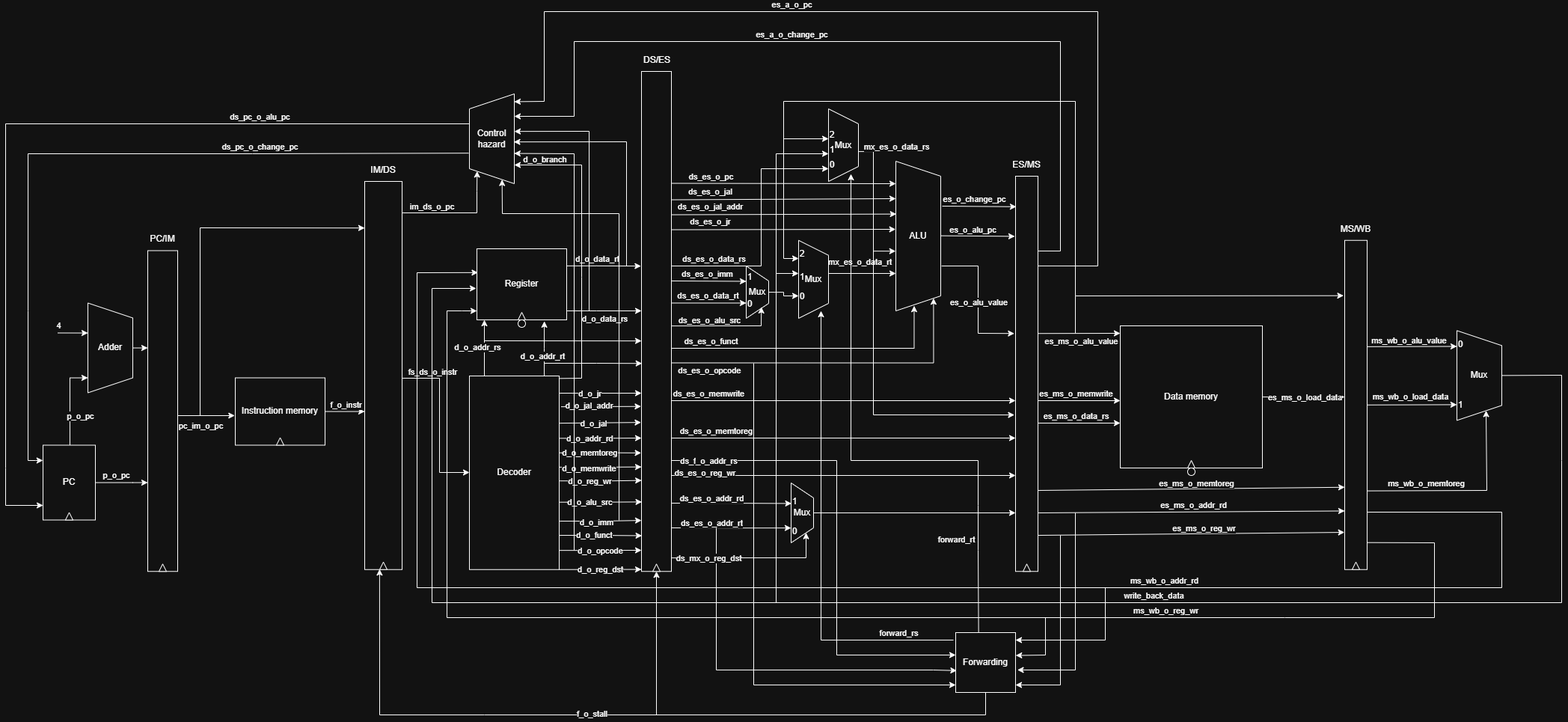
Earlier version of the draw.io export Picture/overall_architecture.png (NguyenHoanKhanh/MIPS_PIPELINE). Source tidied: cells renumbered, new cells last; positions are measured from the earlier drawing's top-left corner, leaving out a move shared by most shapes.
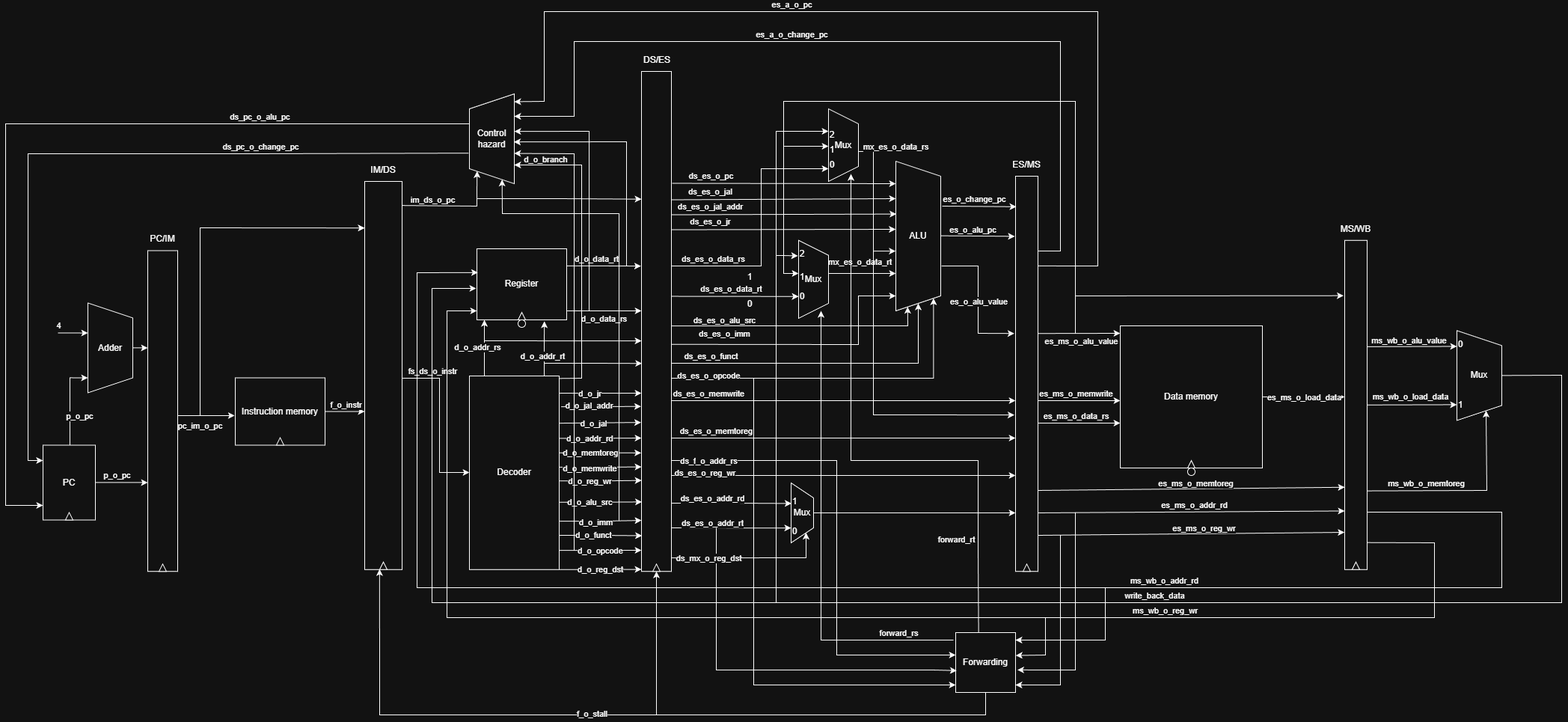
The same diagram one commit later.

Diff of the diagram source:
```diff
@@ -206,22 +206,24 @@
     </mxCell>
     <mxCell id="39" style="edgeStyle=orthogonalEdgeStyle;rounded=0;jettySize=auto;html=1;entryX=0.916;entryY=0.16;entryDx=0;entryDy=0;entryPerimeter=0;" parent="1" edge="1" target="57">
       <mxGeometry relative="1" as="geometry">
-        <mxPoint x="890" y="469.5" as="sourcePoint" />
+        <mxPoint x="890" y="490" as="sourcePoint" />
         <Array as="points">
-          <mxPoint x="1240" y="470" />
+          <mxPoint x="890" y="490" />
+          <mxPoint x="1240" y="490" />
         </Array>
       </mxGeometry>
     </mxCell>
     <mxCell id="40" value="ds_es_o_opcode" style="edgeLabel;html=1;align=center;verticalAlign=middle;" parent="39" vertex="1">
       <mxGeometry x="0.08" relative="1" as="geometry">
-        <mxPoint x="-187" y="10" as="offset" />
+        <mxPoint x="-198" y="-4" as="offset" />
       </mxGeometry>
     </mxCell>
-    <mxCell id="41" style="edgeStyle=orthogonalEdgeStyle;rounded=0;jettySize=auto;html=1;entryX=0.966;entryY=0.592;entryDx=0;entryDy=0;entryPerimeter=0;" parent="1" edge="1" target="57">
+    <mxCell id="41" style="edgeStyle=orthogonalEdgeStyle;rounded=0;jettySize=auto;html=1;entryX=1;entryY=0.5;entryDx=0;entryDy=0;" parent="1" edge="1" target="57">
       <mxGeometry relative="1" as="geometry">
         <mxPoint x="890" y="450" as="sourcePoint" />
         <Array as="points">
-          <mxPoint x="1215" y="450" />
+          <mxPoint x="890" y="470" />
+          <mxPoint x="1220" y="470" />
         </Array>
       </mxGeometry>
     </mxCell>
@@ -289,17 +291,17 @@
     <mxCell id="52" style="edgeStyle=orthogonalEdgeStyle;rounded=0;jettySize=auto;html=1;entryX=0;entryY=0.303;entryDx=0;entryDy=0;entryPerimeter=0;" parent="1" edge="1" source="47" target="5">
       <mxGeometry relative="1" as="geometry" />
     </mxCell>
-    <mxCell id="53" style="endArrow=classic;html=1;rounded=0;exitX=1.003;exitY=0.081;exitDx=0;exitDy=0;exitPerimeter=0;entryX=0.139;entryY=0.171;entryDx=0;entryDy=0;entryPerimeter=0;" parent="1" edge="1" source="11" target="129">
+    <mxCell id="53" style="endArrow=classic;html=1;rounded=0;exitX=0.999;exitY=0.062;exitDx=0;exitDy=0;exitPerimeter=0;entryX=0.139;entryY=0.171;entryDx=0;entryDy=0;entryPerimeter=0;" parent="1" edge="1" source="11" target="129">
       <mxGeometry relative="1" as="geometry">
         <Array as="points">
-          <mxPoint x="630" y="269" />
+          <mxPoint x="630" y="260" />
           <mxPoint x="630" y="240" />
         </Array>
       </mxGeometry>
     </mxCell>
     <mxCell id="54" value="im_ds_o_pc" style="edgeLabel;html=1;align=center;verticalAlign=middle;" parent="53" vertex="1">
       <mxGeometry x="0.07" y="3" relative="1" as="geometry">
-        <mxPoint x="-44" y="-6" as="offset" />
+        <mxPoint x="-38" y="-6" as="offset" />
       </mxGeometry>
     </mxCell>
     <mxCell id="55" style="edgeStyle=orthogonalEdgeStyle;rounded=0;jettySize=auto;html=1;entryX=0.601;entryY=1.004;entryDx=0;entryDy=0;entryPerimeter=0;" parent="1" edge="1" source="56" target="57">
@@ -380,28 +382,24 @@
         </Array>
       </mxGeometry>
     </mxCell>
-    <mxCell id="69" style="edgeStyle=orthogonalEdgeStyle;rounded=0;jettySize=auto;html=1;" parent="1" edge="1" source="70">
-      <mxGeometry relative="1" as="geometry">
-        <mxPoint x="1060" y="380" as="targetPoint" />
-      </mxGeometry>
-    </mxCell>
-    <mxCell id="70" value="Mux" style="shape=trapezoid;perimeter=trapezoidPerimeter;whiteSpace=wrap;html=1;fixedSize=1;direction=south;" parent="1" vertex="1">
-      <mxGeometry x="990" y="340" width="30" height="70" as="geometry" />
-    </mxCell>
-    <mxCell id="71" style="endArrow=classic;html=1;rounded=0;entryX=0.293;entryY=0.998;entryDx=0;entryDy=0;entryPerimeter=0;" parent="1" edge="1" target="70">
+    <mxCell id="71" style="endArrow=classic;html=1;rounded=0;" parent="1" edge="1">
       <mxGeometry relative="1" as="geometry">
-        <mxPoint x="890" y="360" as="sourcePoint" />
+        <mxPoint x="890" y="444.8" as="sourcePoint" />
+        <mxPoint x="1190" y="380" as="targetPoint" />
+        <Array as="points">
+          <mxPoint x="1140" y="445" />
+          <mxPoint x="1140" y="380" />
+        </Array>
       </mxGeometry>
     </mxCell>
     <mxCell id="72" value="ds_es_o_imm" style="edgeLabel;html=1;align=center;verticalAlign=middle;" parent="71" vertex="1">
       <mxGeometry x="-0.05" y="1" relative="1" as="geometry">
-        <mxPoint y="-9" as="offset" />
+        <mxPoint x="-104" y="-14" as="offset" />
       </mxGeometry>
     </mxCell>
-    <mxCell id="73" style="endArrow=classic;html=1;rounded=0;entryX=0.667;entryY=1;entryDx=0;entryDy=0;entryPerimeter=0;" parent="1" edge="1">
+    <mxCell id="73" style="endArrow=classic;html=1;rounded=0;entryX=0;entryY=0.5;entryDx=0;entryDy=0;" parent="1" edge="1" target="198">
       <mxGeometry relative="1" as="geometry">
-        <mxPoint x="890" y="389.5" as="sourcePoint" />
-        <mxPoint x="990" y="389.5" as="targetPoint" />
+        <mxPoint x="890" y="380.5" as="sourcePoint" />
       </mxGeometry>
     </mxCell>
     <mxCell id="74" value="ds_es_o_data_rt" style="edgeLabel;html=1;align=center;verticalAlign=middle;" parent="73" vertex="1">
@@ -409,16 +407,17 @@
         <mxPoint x="5" y="-10" as="offset" />
       </mxGeometry>
     </mxCell>
-    <mxCell id="75" style="endArrow=classic;html=1;rounded=0;exitX=1.011;exitY=0.509;exitDx=0;exitDy=0;exitPerimeter=0;entryX=0.785;entryY=0.325;entryDx=0;entryDy=0;entryPerimeter=0;" parent="1" edge="1" source="28" target="70">
+    <mxCell id="75" style="endArrow=classic;html=1;rounded=0;exitX=1.011;exitY=0.509;exitDx=0;exitDy=0;exitPerimeter=0;entryX=1;entryY=0.75;entryDx=0;entryDy=0;" parent="1" edge="1" source="28" target="57">
       <mxGeometry relative="1" as="geometry">
         <Array as="points">
           <mxPoint x="1010" y="420" />
+          <mxPoint x="1206" y="420" />
         </Array>
       </mxGeometry>
     </mxCell>
     <mxCell id="76" value="ds_es_o_alu_src" style="edgeLabel;html=1;align=center;verticalAlign=middle;" parent="75" vertex="1">
       <mxGeometry x="-0.25" relative="1" as="geometry">
-        <mxPoint x="-4" y="-8" as="offset" />
+        <mxPoint x="-59" y="-8" as="offset" />
       </mxGeometry>
     </mxCell>
     <mxCell id="77" style="edgeStyle=orthogonalEdgeStyle;rounded=0;jettySize=auto;html=1;" parent="1" edge="1" source="79" target="92">
@@ -662,7 +661,7 @@
     </mxCell>
     <mxCell id="115" style="endArrow=classic;html=1;rounded=0;entryX=0;entryY=0.75;entryDx=0;entryDy=0;" parent="1" edge="1">
       <mxGeometry relative="1" as="geometry">
-        <mxPoint x="1000" y="470" as="sourcePoint" />
+        <mxPoint x="1000" y="490" as="sourcePoint" />
         <mxPoint x="1270" y="900" as="targetPoint" />
         <Array as="points">
           <mxPoint x="1000" y="900" />
@@ -714,32 +713,29 @@
         <mxPoint x="-23" y="-359" as="offset" />
       </mxGeometry>
     </mxCell>
-    <mxCell id="122" style="endArrow=classic;html=1;rounded=0;" parent="1" edge="1">
+    <mxCell id="122" style="endArrow=classic;html=1;rounded=0;entryX=0;entryY=0;entryDx=0;entryDy=0;" parent="1" edge="1" target="203">
       <mxGeometry relative="1" as="geometry">
         <mxPoint x="1030" y="790" as="sourcePoint" />
-        <mxPoint x="1100" y="190" as="targetPoint" />
         <Array as="points">
-          <mxPoint x="1030" y="190" />
+          <mxPoint x="1030" y="160" />
         </Array>
       </mxGeometry>
     </mxCell>
-    <mxCell id="123" style="endArrow=classic;html=1;rounded=0;" parent="1" edge="1">
+    <mxCell id="123" style="endArrow=classic;html=1;rounded=0;entryX=0.199;entryY=1.021;entryDx=0;entryDy=0;entryPerimeter=0;" parent="1" edge="1" target="60">
       <mxGeometry relative="1" as="geometry">
-        <mxPoint x="1030" y="350" as="sourcePoint" />
-        <mxPoint x="1060" y="350" as="targetPoint" />
+        <mxPoint x="1030" y="326" as="sourcePoint" />
         <Array as="points">
-          <mxPoint x="1050" y="350" />
+          <mxPoint x="1040" y="326" />
         </Array>
       </mxGeometry>
     </mxCell>
-    <mxCell id="124" style="endArrow=classic;html=1;rounded=0;" parent="1" edge="1">
+    <mxCell id="124" style="endArrow=classic;html=1;rounded=0;entryX=0;entryY=0;entryDx=0;entryDy=0;" parent="1" edge="1" target="202">
       <mxGeometry relative="1" as="geometry">
         <mxPoint x="1430" y="380" as="sourcePoint" />
-        <mxPoint x="1100" y="170" as="targetPoint" />
         <Array as="points">
           <mxPoint x="1430" y="120" />
           <mxPoint x="1040" y="120" />
-          <mxPoint x="1040" y="170" />
+          <mxPoint x="1040" y="180" />
         </Array>
       </mxGeometry>
     </mxCell>
@@ -966,13 +962,12 @@
         <mxPoint x="-92" y="-10" as="offset" />
       </mxGeometry>
     </mxCell>
-    <mxCell id="160" style="endArrow=classic;html=1;rounded=0;" parent="1" edge="1">
+    <mxCell id="160" style="endArrow=classic;html=1;rounded=0;entryX=0;entryY=0;entryDx=0;entryDy=0;" parent="1" edge="1" target="200">
       <mxGeometry relative="1" as="geometry">
         <mxPoint x="1040" y="160" as="sourcePoint" />
-        <mxPoint x="1060" y="330" as="targetPoint" />
         <Array as="points">
           <mxPoint x="1040" y="250" />
-          <mxPoint x="1040" y="330" />
+          <mxPoint x="1040" y="350" />
         </Array>
       </mxGeometry>
     </mxCell>
@@ -1155,5 +1150,11 @@
     <mxCell id="204" style="triangle;whiteSpace=wrap;html=1;direction=north;" parent="1" vertex="1">
       <mxGeometry x="80" y="669.5" width="10" height="10" as="geometry" />
     </mxCell>
+    <mxCell id="205" style="edgeStyle=orthogonalEdgeStyle;rounded=0;orthogonalLoop=1;jettySize=auto;html=1;entryX=-0.019;entryY=0.221;entryDx=0;entryDy=0;entryPerimeter=0;" parent="1" edge="1">
+      <mxGeometry relative="1" as="geometry">
+        <mxPoint x="630" y="250" as="sourcePoint" />
+        <mxPoint x="850" y="250.7" as="targetPoint" />
+      </mxGeometry>
+    </mxCell>
   </root>
 </mxGraphModel>
```
